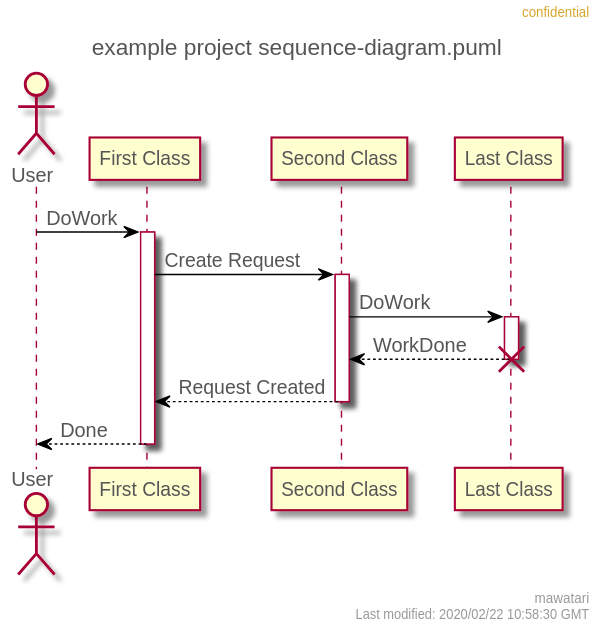
Above: sequence-diagram.svg in mawatari/example-project-uml (PlantUML), before the change.
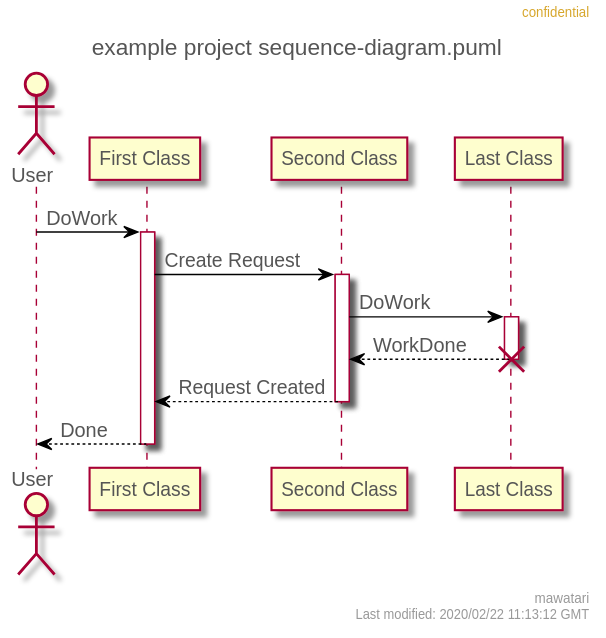
Later version of the same file.

Commit message:
Automatically generated PlantUML images.

Change to the diagram source:
```diff
@@ -38,7 +38,7 @@
   DiamondBorderColor #999999
 }
 right header confidential
-right footer mawatari\nLast modified: 2020/02/22 10:58:30 GMT
+right footer mawatari\nLast modified: 2020/02/22 11:13:12 GMT
 title example project sequence-diagram.puml
 
 actor User
```
